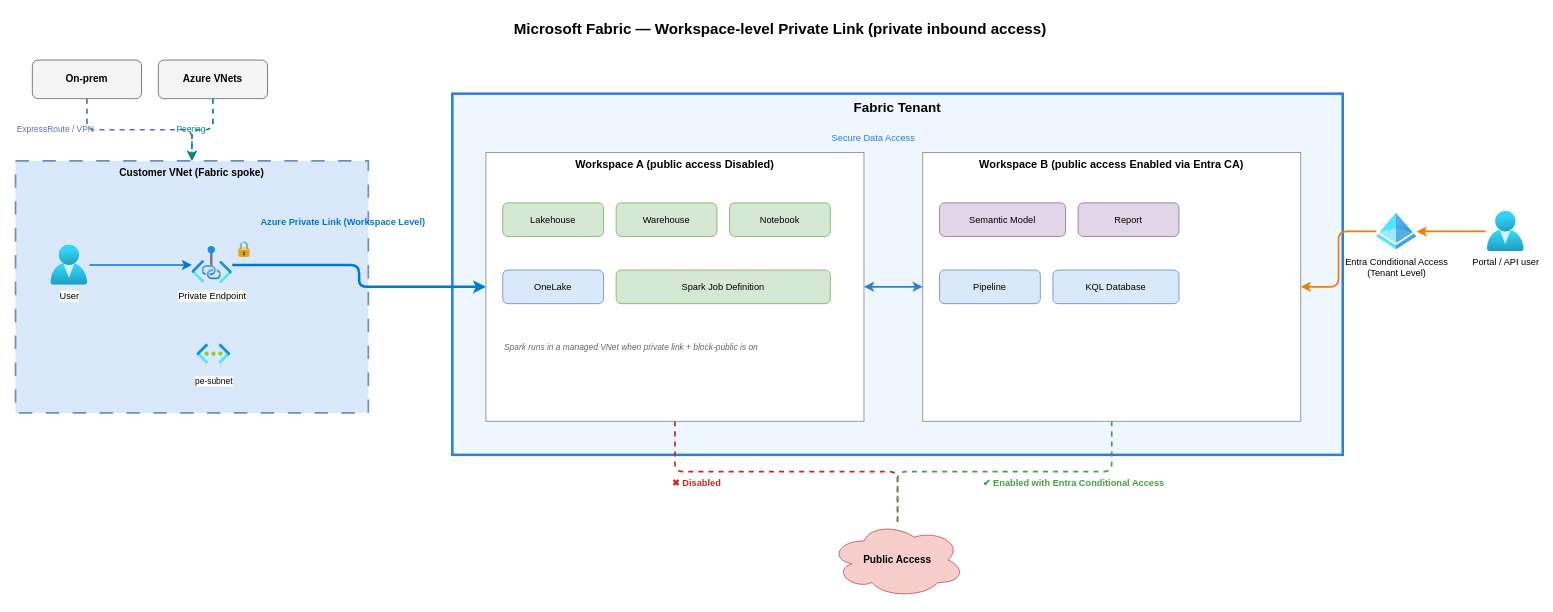
The draw.io diagram docs/diagrams/05-fabric-private-link.drawio in roie9876/Fabric-LZ, before the edit. Source tidied: cells renumbered, new cells numbered last; positions are measured from the earlier drawing's top-left corner, leaving out a move shared by most shapes. Both pictures are drawn from the tidied source at 84%, with x=0, y=0 at pixel (15, 14). Pictures stored in the file or linked from it are replaced by grey dashed boxes.
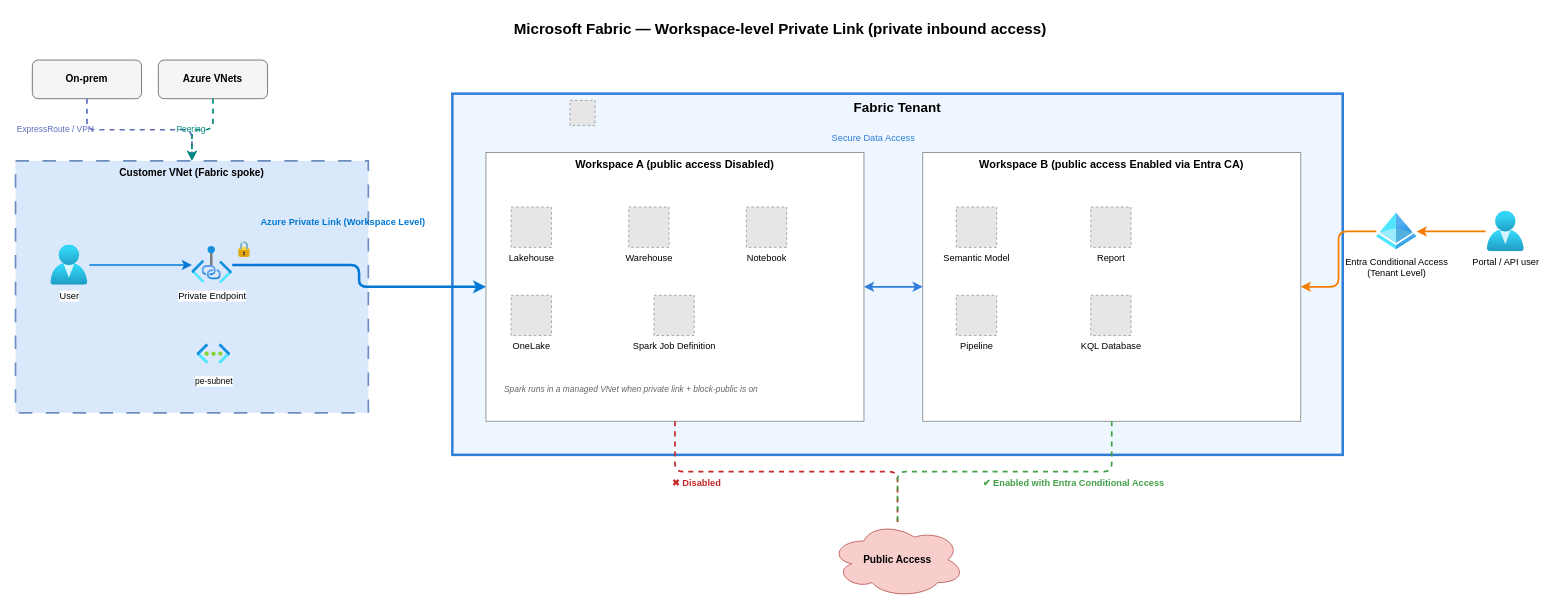
After the change.

Diff of the diagram source:
```diff
@@
+    <mxCell id="41" style="fillColor=#E6E6E6;strokeColor=#999999;dashed=1;verticalLabelPosition=bottom;verticalAlign=top;html=1;labelPosition=center;align=center;fontSize=11;" parent="1" vertex="1">
+      <mxGeometry x="660" y="102" width="30" height="30" as="geometry" />
+    </mxCell>
@@
-    <mxCell id="14" value="Lakehouse" style="rounded=1;whiteSpace=wrap;html=1;fontSize=11;fillColor=#d5e8d4;strokeColor=#82b366;" parent="1" vertex="1">
-      <mxGeometry x="580" y="224" width="120" height="40" as="geometry" />
+    <mxCell id="14" value="Lakehouse" style="fillColor=#E6E6E6;strokeColor=#999999;dashed=1;verticalLabelPosition=bottom;verticalAlign=top;html=1;labelPosition=center;align=center;fontSize=11;" parent="1" vertex="1">
+      <mxGeometry x="590" y="229" width="48" height="48" as="geometry" />
     </mxCell>
-    <mxCell id="15" value="Warehouse" style="rounded=1;whiteSpace=wrap;html=1;fontSize=11;fillColor=#d5e8d4;strokeColor=#82b366;" parent="1" vertex="1">
-      <mxGeometry x="715" y="224" width="120" height="40" as="geometry" />
+    <mxCell id="15" value="Warehouse" style="fillColor=#E6E6E6;strokeColor=#999999;dashed=1;verticalLabelPosition=bottom;verticalAlign=top;html=1;labelPosition=center;align=center;fontSize=11;" parent="1" vertex="1">
+      <mxGeometry x="730" y="229" width="48" height="48" as="geometry" />
     </mxCell>
-    <mxCell id="16" value="Notebook" style="rounded=1;whiteSpace=wrap;html=1;fontSize=11;fillColor=#d5e8d4;strokeColor=#82b366;" parent="1" vertex="1">
-      <mxGeometry x="850" y="224" width="120" height="40" as="geometry" />
+    <mxCell id="16" value="Notebook" style="fillColor=#E6E6E6;strokeColor=#999999;dashed=1;verticalLabelPosition=bottom;verticalAlign=top;html=1;labelPosition=center;align=center;fontSize=11;" parent="1" vertex="1">
+      <mxGeometry x="870" y="229" width="48" height="48" as="geometry" />
     </mxCell>
-    <mxCell id="17" value="OneLake" style="rounded=1;whiteSpace=wrap;html=1;fontSize=11;fillColor=#dae8fc;strokeColor=#6c8ebf;" parent="1" vertex="1">
-      <mxGeometry x="580" y="304" width="120" height="40" as="geometry" />
+    <mxCell id="17" value="OneLake" style="fillColor=#E6E6E6;strokeColor=#999999;dashed=1;verticalLabelPosition=bottom;verticalAlign=top;html=1;labelPosition=center;align=center;fontSize=11;" parent="1" vertex="1">
+      <mxGeometry x="590" y="334" width="48" height="48" as="geometry" />
     </mxCell>
-    <mxCell id="18" value="Spark Job Definition" style="rounded=1;whiteSpace=wrap;html=1;fontSize=11;fillColor=#d5e8d4;strokeColor=#82b366;" parent="1" vertex="1">
-      <mxGeometry x="715" y="304" width="255" height="40" as="geometry" />
+    <mxCell id="18" value="Spark Job Definition" style="fillColor=#E6E6E6;strokeColor=#999999;dashed=1;verticalLabelPosition=bottom;verticalAlign=top;html=1;labelPosition=center;align=center;fontSize=11;" parent="1" vertex="1">
+      <mxGeometry x="760" y="334" width="48" height="48" as="geometry" />
     </mxCell>
     <mxCell id="19" value="Spark runs in a managed VNet when private link + block-public is on" style="text;html=1;fontSize=10;fontStyle=2;fontColor=#666666;align=left;" parent="1" vertex="1">
-      <mxGeometry x="580" y="384" width="400" height="30" as="geometry" />
+      <mxGeometry x="580" y="434" width="420" height="30" as="geometry" />
     </mxCell>
@@
-    <mxCell id="21" value="Semantic Model" style="rounded=1;whiteSpace=wrap;html=1;fontSize=11;fillColor=#e1d5e7;strokeColor=#9673a6;" parent="1" vertex="1">
-      <mxGeometry x="1100" y="224" width="150" height="40" as="geometry" />
+    <mxCell id="21" value="Semantic Model" style="fillColor=#E6E6E6;strokeColor=#999999;dashed=1;verticalLabelPosition=bottom;verticalAlign=top;html=1;labelPosition=center;align=center;fontSize=11;" parent="1" vertex="1">
+      <mxGeometry x="1120" y="229" width="48" height="48" as="geometry" />
     </mxCell>
-    <mxCell id="22" value="Report" style="rounded=1;whiteSpace=wrap;html=1;fontSize=11;fillColor=#e1d5e7;strokeColor=#9673a6;" parent="1" vertex="1">
-      <mxGeometry x="1265" y="224" width="120" height="40" as="geometry" />
+    <mxCell id="22" value="Report" style="fillColor=#E6E6E6;strokeColor=#999999;dashed=1;verticalLabelPosition=bottom;verticalAlign=top;html=1;labelPosition=center;align=center;fontSize=11;" parent="1" vertex="1">
+      <mxGeometry x="1280" y="229" width="48" height="48" as="geometry" />
     </mxCell>
-    <mxCell id="23" value="Pipeline" style="rounded=1;whiteSpace=wrap;html=1;fontSize=11;fillColor=#dae8fc;strokeColor=#6c8ebf;" parent="1" vertex="1">
-      <mxGeometry x="1100" y="304" width="120" height="40" as="geometry" />
+    <mxCell id="23" value="Pipeline" style="fillColor=#E6E6E6;strokeColor=#999999;dashed=1;verticalLabelPosition=bottom;verticalAlign=top;html=1;labelPosition=center;align=center;fontSize=11;" parent="1" vertex="1">
+      <mxGeometry x="1120" y="334" width="48" height="48" as="geometry" />
     </mxCell>
-    <mxCell id="24" value="KQL Database" style="rounded=1;whiteSpace=wrap;html=1;fontSize=11;fillColor=#dae8fc;strokeColor=#6c8ebf;" parent="1" vertex="1">
-      <mxGeometry x="1235" y="304" width="150" height="40" as="geometry" />
+    <mxCell id="24" value="KQL Database" style="fillColor=#E6E6E6;strokeColor=#999999;dashed=1;verticalLabelPosition=bottom;verticalAlign=top;html=1;labelPosition=center;align=center;fontSize=11;" parent="1" vertex="1">
+      <mxGeometry x="1280" y="334" width="48" height="48" as="geometry" />
     </mxCell>
```
